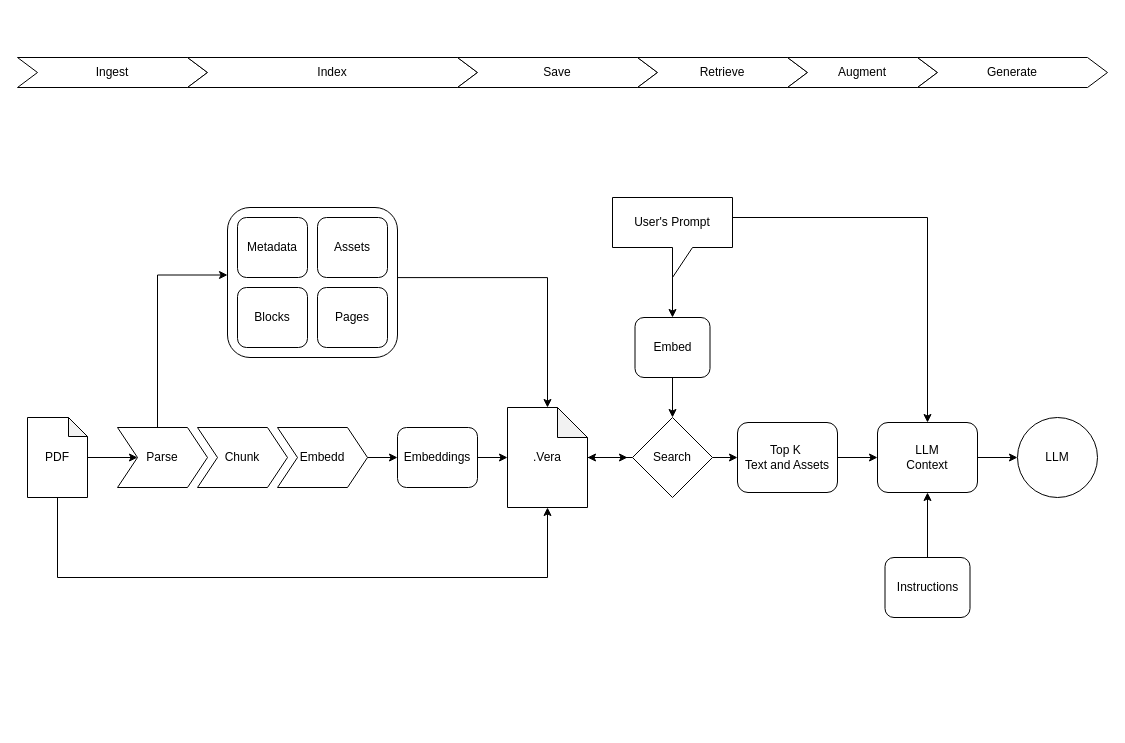
This is vera.drawio from dkylewillis/vera, a draw.io file, before an edit. Source tidied: cells renumbered, new cells numbered last; positions are measured from the earlier drawing's top-left corner, leaving out a move shared by most shapes. Both pictures are drawn from the tidied source at 100%, with x=0, y=0 at pixel (17, 57).
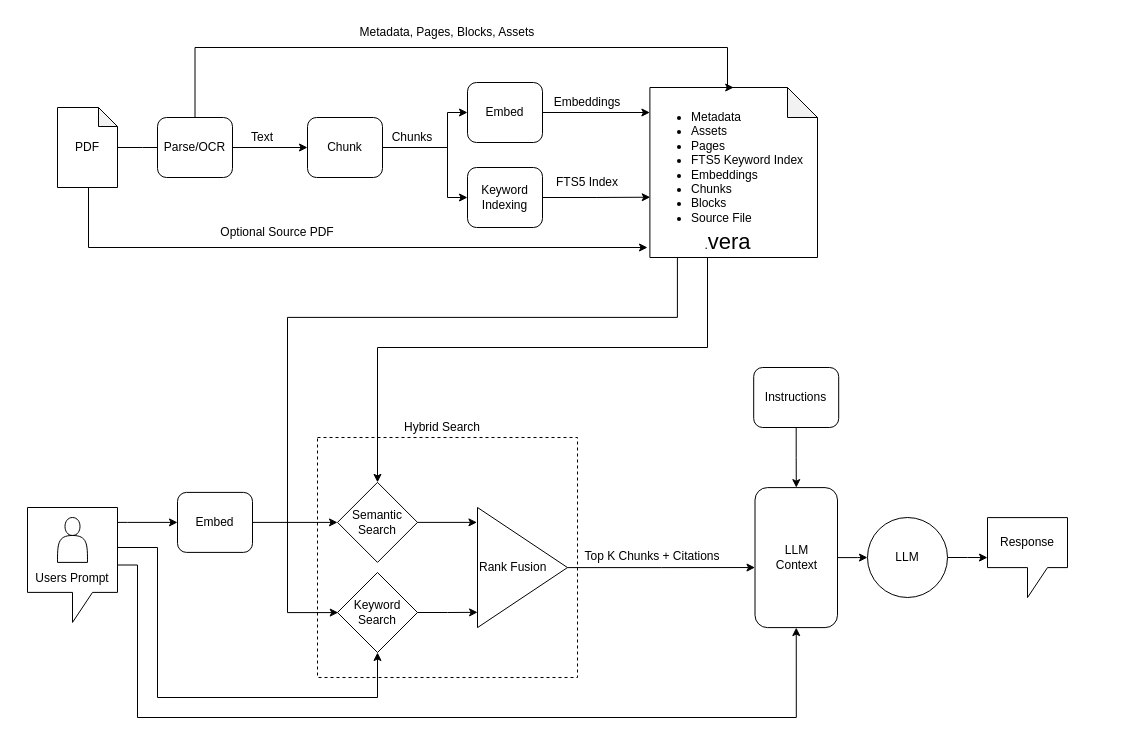
After the change.

What changed in the source:
```diff
@@
-    <mxCell id="2" style="edgeStyle=orthogonalEdgeStyle;rounded=0;jettySize=auto;html=1;" parent="1" edge="1" source="3">
-      <mxGeometry relative="1" as="geometry">
-        <mxPoint x="610" y="400" as="targetPoint" />
-      </mxGeometry>
-    </mxCell>
-    <mxCell id="3" value=".Vera" style="shape=note;whiteSpace=wrap;html=1;backgroundOutline=1;darkOpacity=0.05;strokeColor=light-dark(#000000,#FFCC99);" parent="1" vertex="1">
-      <mxGeometry x="490" y="350" width="80" height="100" as="geometry" />
-    </mxCell>
+    <mxCell id="41" style="edgeStyle=orthogonalEdgeStyle;rounded=0;jettySize=auto;html=1;exitX=0.553;exitY=0.98;exitDx=0;exitDy=0;exitPerimeter=0;" parent="1" edge="1" source="4">
+      <mxGeometry relative="1" as="geometry">
+        <mxPoint x="630" y="190" as="targetPoint" />
+        <Array as="points">
+          <mxPoint x="71" y="128.4" />
+          <mxPoint x="71" y="190" />
+        </Array>
+      </mxGeometry>
+    </mxCell>
     <mxCell id="4" value="PDF" style="shape=note;whiteSpace=wrap;html=1;backgroundOutline=1;darkOpacity=0.05;size=19;" parent="1" vertex="1">
-      <mxGeometry x="10" y="360" width="60" height="80" as="geometry" />
+      <mxGeometry x="40" y="50" width="60" height="80" as="geometry" />
     </mxCell>
-    <mxCell id="5" style="rounded=1;whiteSpace=wrap;html=1;" parent="1" vertex="1">
-      <mxGeometry x="210" y="150" width="170" height="150" as="geometry" />
-    </mxCell>
-    <mxCell id="6" value="Metadata" style="rounded=1;whiteSpace=wrap;html=1;" parent="1" vertex="1">
-      <mxGeometry x="220" y="160" width="70" height="60" as="geometry" />
-    </mxCell>
-    <mxCell id="7" value="Assets" style="rounded=1;whiteSpace=wrap;html=1;" parent="1" vertex="1">
-      <mxGeometry x="300" y="160" width="70" height="60" as="geometry" />
-    </mxCell>
-    <mxCell id="8" value="Blocks" style="rounded=1;whiteSpace=wrap;html=1;" parent="1" vertex="1">
-      <mxGeometry x="220" y="230" width="70" height="60" as="geometry" />
-    </mxCell>
-    <mxCell id="9" value="Pages" style="rounded=1;whiteSpace=wrap;html=1;" parent="1" vertex="1">
-      <mxGeometry x="300" y="230" width="70" height="60" as="geometry" />
-    </mxCell>
-    <mxCell id="10" style="edgeStyle=orthogonalEdgeStyle;rounded=0;jettySize=auto;html=1;entryX=0.5;entryY=0;entryDx=0;entryDy=0;entryPerimeter=0;" parent="1" edge="1" source="5" target="3">
-      <mxGeometry relative="1" as="geometry">
-        <Array as="points">
-          <mxPoint x="530" y="220.1" />
-        </Array>
-      </mxGeometry>
-    </mxCell>
-    <mxCell id="11" style="edgeStyle=orthogonalEdgeStyle;rounded=0;jettySize=auto;html=1;entryX=0.5;entryY=1;entryDx=0;entryDy=0;entryPerimeter=0;" parent="1" edge="1" source="4" target="3">
-      <mxGeometry relative="1" as="geometry">
-        <Array as="points">
-          <mxPoint x="40" y="520" />
-          <mxPoint x="530" y="520" />
-        </Array>
-      </mxGeometry>
-    </mxCell>
+    <mxCell id="13" style="edgeStyle=orthogonalEdgeStyle;rounded=0;jettySize=auto;html=1;entryX=0;entryY=0.5;entryDx=0;entryDy=0;" parent="1" edge="1" source="14" target="35">
+      <mxGeometry relative="1" as="geometry">
+        <Array as="points">
+          <mxPoint x="110" y="464.9" />
+          <mxPoint x="110" y="464.9" />
+        </Array>
+      </mxGeometry>
+    </mxCell>
+    <mxCell id="42" style="edgeStyle=orthogonalEdgeStyle;rounded=0;jettySize=auto;html=1;entryX=0.5;entryY=1;entryDx=0;entryDy=0;" parent="1" edge="1" source="14" target="62">
+      <mxGeometry relative="1" as="geometry">
+        <Array as="points">
+          <mxPoint x="140" y="490" />
+          <mxPoint x="140" y="640" />
+          <mxPoint x="360" y="640" />
+        </Array>
+      </mxGeometry>
+    </mxCell>
-    <mxCell id="12" style="edgeStyle=orthogonalEdgeStyle;rounded=0;jettySize=auto;html=1;entryX=0.5;entryY=0;entryDx=0;entryDy=0;" parent="1" edge="1" source="14" target="16">
+    <mxCell id="12" style="edgeStyle=orthogonalEdgeStyle;rounded=0;jettySize=auto;html=1;entryX=0.5;entryY=1;entryDx=0;entryDy=0;" parent="1" edge="1" source="14" target="16">
       <mxGeometry relative="1" as="geometry">
         <Array as="points">
-          <mxPoint x="910" y="160" />
+          <mxPoint x="120" y="507.4" />
+          <mxPoint x="120" y="660" />
+          <mxPoint x="778.8" y="660" />
         </Array>
       </mxGeometry>
     </mxCell>
-    <mxCell id="13" style="edgeStyle=orthogonalEdgeStyle;rounded=0;jettySize=auto;html=1;" parent="1" edge="1" source="14" target="35">
-      <mxGeometry relative="1" as="geometry" />
-    </mxCell>
-    <mxCell id="14" value="User's Prompt" style="shape=callout;whiteSpace=wrap;html=1;perimeter=calloutPerimeter;" parent="1" vertex="1">
-      <mxGeometry x="595" y="140" width="120" height="80" as="geometry" />
+    <mxCell id="14" value="&lt;br&gt;&lt;div&gt;&lt;br&gt;&lt;/div&gt;&lt;div&gt;&lt;br&gt;&lt;/div&gt;&lt;div&gt;&lt;br&gt;&lt;/div&gt;&lt;div&gt;&lt;span style=&quot;background-color: transparent; color: light-dark(rgb(0, 0, 0), rgb(255, 255, 255));&quot;&gt;Users Prompt&lt;/span&gt;&lt;/div&gt;" style="shape=callout;whiteSpace=wrap;html=1;perimeter=calloutPerimeter;" parent="1" vertex="1">
+      <mxGeometry x="10" y="450" width="90" height="114.9" as="geometry" />
     </mxCell>
@@
     <mxCell id="16" value="LLM&lt;div&gt;Context&lt;/div&gt;" style="rounded=1;whiteSpace=wrap;html=1;" parent="1" vertex="1">
-      <mxGeometry x="860" y="365" width="100" height="70" as="geometry" />
+      <mxGeometry x="737.5" y="430.1" width="82.5" height="140" as="geometry" />
     </mxCell>
@@
     <mxCell id="18" value="Instructions" style="rounded=1;whiteSpace=wrap;html=1;" parent="1" vertex="1">
-      <mxGeometry x="867.5" y="500" width="85" height="60" as="geometry" />
+      <mxGeometry x="736.2" y="310" width="85" height="60" as="geometry" />
     </mxCell>
-    <mxCell id="19" value="Chunk" style="shape=step;perimeter=stepPerimeter;whiteSpace=wrap;html=1;shapeInside=1;fixedSize=1;" parent="1" vertex="1">
-      <mxGeometry x="180" y="370" width="90" height="60" as="geometry" />
-    </mxCell>
-    <mxCell id="20" style="edgeStyle=orthogonalEdgeStyle;rounded=0;jettySize=auto;html=1;" parent="1" edge="1" source="21" target="37">
-      <mxGeometry relative="1" as="geometry" />
-    </mxCell>
-    <mxCell id="21" value="Embedd" style="shape=step;perimeter=stepPerimeter;whiteSpace=wrap;html=1;shapeInside=1;fixedSize=1;" parent="1" vertex="1">
-      <mxGeometry x="260" y="370" width="90" height="60" as="geometry" />
-    </mxCell>
-    <mxCell id="22" style="edgeStyle=orthogonalEdgeStyle;rounded=0;jettySize=auto;html=1;entryX=0;entryY=0.5;entryDx=0;entryDy=0;" parent="1" edge="1" source="4" target="24">
-      <mxGeometry relative="1" as="geometry" />
+    <mxCell id="22" style="edgeStyle=orthogonalEdgeStyle;rounded=0;jettySize=auto;html=1;entryX=0;entryY=0.5;entryDx=0;entryDy=0;" parent="1" edge="1" source="4">
+      <mxGeometry relative="1" as="geometry">
+        <mxPoint x="150" y="90" as="targetPoint" />
+      </mxGeometry>
     </mxCell>
-    <mxCell id="23" style="edgeStyle=orthogonalEdgeStyle;rounded=0;jettySize=auto;html=1;" parent="1" edge="1" target="5">
-      <mxGeometry relative="1" as="geometry">
-        <mxPoint x="110" y="370" as="sourcePoint" />
-        <Array as="points">
-          <mxPoint x="140" y="370" />
-          <mxPoint x="140" y="217.5" />
-        </Array>
-      </mxGeometry>
-    </mxCell>
-    <mxCell id="24" value="Parse" style="shape=step;perimeter=stepPerimeter;whiteSpace=wrap;html=1;shapeInside=1;fixedSize=1;" parent="1" vertex="1">
-      <mxGeometry x="100" y="370" width="90" height="60" as="geometry" />
-    </mxCell>
-    <mxCell id="25" value="Ingest" style="shape=step;perimeter=stepPerimeter;whiteSpace=wrap;html=1;shapeInside=1;fixedSize=1;" parent="1" vertex="1">
-      <mxGeometry width="190" height="30" as="geometry" />
-    </mxCell>
-    <mxCell id="26" value="Index" style="shape=step;perimeter=stepPerimeter;whiteSpace=wrap;html=1;shapeInside=1;fixedSize=1;" parent="1" vertex="1">
-      <mxGeometry x="170" width="290" height="30" as="geometry" />
-    </mxCell>
-    <mxCell id="27" value="Save" style="shape=step;perimeter=stepPerimeter;whiteSpace=wrap;html=1;shapeInside=1;fixedSize=1;" parent="1" vertex="1">
-      <mxGeometry x="440" width="200" height="30" as="geometry" />
-    </mxCell>
-    <mxCell id="28" value="Retrieve" style="shape=step;perimeter=stepPerimeter;whiteSpace=wrap;html=1;shapeInside=1;fixedSize=1;" parent="1" vertex="1">
-      <mxGeometry x="620" width="170" height="30" as="geometry" />
-    </mxCell>
-    <mxCell id="29" value="Augment" style="shape=step;perimeter=stepPerimeter;whiteSpace=wrap;html=1;shapeInside=1;fixedSize=1;" parent="1" vertex="1">
-      <mxGeometry x="770" width="150" height="30" as="geometry" />
-    </mxCell>
-    <mxCell id="30" value="Generate" style="shape=step;perimeter=stepPerimeter;whiteSpace=wrap;html=1;shapeInside=1;fixedSize=1;" parent="1" vertex="1">
-      <mxGeometry x="900" width="190" height="30" as="geometry" />
-    </mxCell>
-    <mxCell id="31" style="edgeStyle=orthogonalEdgeStyle;rounded=0;jettySize=auto;html=1;" parent="1" edge="1" source="33" target="3">
-      <mxGeometry relative="1" as="geometry" />
-    </mxCell>
-    <mxCell id="32" style="edgeStyle=orthogonalEdgeStyle;rounded=0;jettySize=auto;html=1;" parent="1" edge="1" source="33" target="39">
-      <mxGeometry relative="1" as="geometry" />
-    </mxCell>
-    <mxCell id="33" value="Search" style="rhombus;whiteSpace=wrap;html=1;shapeInside=1;" parent="1" vertex="1">
-      <mxGeometry x="615" y="360" width="80" height="80" as="geometry" />
+    <mxCell id="33" value="Semantic Search" style="rhombus;whiteSpace=wrap;html=1;shapeInside=1;" parent="1" vertex="1">
+      <mxGeometry x="320" y="424.9" width="80" height="80" as="geometry" />
     </mxCell>
@@
     <mxCell id="35" value="Embed" style="rounded=1;whiteSpace=wrap;html=1;" parent="1" vertex="1">
-      <mxGeometry x="617.5" y="260" width="75" height="60" as="geometry" />
+      <mxGeometry x="160" y="434.9" width="75" height="60" as="geometry" />
     </mxCell>
-    <mxCell id="36" style="edgeStyle=orthogonalEdgeStyle;rounded=0;jettySize=auto;html=1;" parent="1" edge="1" source="37" target="3">
-      <mxGeometry relative="1" as="geometry" />
-    </mxCell>
+    <mxCell id="43" style="edgeStyle=orthogonalEdgeStyle;rounded=0;jettySize=auto;html=1;" parent="1" edge="1" source="40" target="67">
+      <mxGeometry relative="1" as="geometry" />
+    </mxCell>
+    <mxCell id="40" value="LLM" style="ellipse;whiteSpace=wrap;html=1;shapeInside=1;" parent="1" vertex="1">
+      <mxGeometry x="850" y="460" width="80" height="80" as="geometry" />
+    </mxCell>
+    <mxCell id="44" style="edgeStyle=orthogonalEdgeStyle;rounded=0;jettySize=auto;html=1;" parent="1" edge="1" source="45" target="19">
+      <mxGeometry relative="1" as="geometry" />
+    </mxCell>
+    <mxCell id="45" value="Parse/OCR" style="rounded=1;whiteSpace=wrap;html=1;" parent="1" vertex="1">
+      <mxGeometry x="140" y="60" width="75" height="60" as="geometry" />
+    </mxCell>
+    <mxCell id="46" style="edgeStyle=orthogonalEdgeStyle;rounded=0;jettySize=auto;html=1;" parent="1" edge="1" source="19" target="50">
+      <mxGeometry relative="1" as="geometry">
+        <Array as="points">
+          <mxPoint x="430" y="90" />
+          <mxPoint x="430" y="55" />
+        </Array>
+      </mxGeometry>
+    </mxCell>
+    <mxCell id="47" style="edgeStyle=orthogonalEdgeStyle;rounded=0;jettySize=auto;html=1;entryX=0;entryY=0.5;entryDx=0;entryDy=0;" parent="1" edge="1" source="19" target="60">
+      <mxGeometry relative="1" as="geometry">
+        <Array as="points">
+          <mxPoint x="430" y="90" />
+          <mxPoint x="430" y="140" />
+        </Array>
+      </mxGeometry>
+    </mxCell>
+    <mxCell id="19" value="Chunk" style="rounded=1;whiteSpace=wrap;html=1;" parent="1" vertex="1">
+      <mxGeometry x="290" y="60" width="75" height="60" as="geometry" />
+    </mxCell>
+    <mxCell id="48" value="Text" style="text;html=1;whiteSpace=wrap;strokeColor=none;fillColor=none;align=center;verticalAlign=middle;rounded=0;" parent="1" vertex="1">
+      <mxGeometry x="215" y="65" width="60" height="30" as="geometry" />
+    </mxCell>
+    <mxCell id="49" style="edgeStyle=orthogonalEdgeStyle;rounded=0;jettySize=auto;html=1;" parent="1" edge="1" source="50" target="54">
+      <mxGeometry relative="1" as="geometry">
+        <Array as="points">
+          <mxPoint x="690" y="60" />
+          <mxPoint x="690" y="60" />
+        </Array>
+      </mxGeometry>
+    </mxCell>
+    <mxCell id="50" value="Embed" style="rounded=1;whiteSpace=wrap;html=1;" parent="1" vertex="1">
+      <mxGeometry x="450" y="25" width="75" height="60" as="geometry" />
+    </mxCell>
+    <mxCell id="51" value="Chunks" style="text;html=1;whiteSpace=wrap;strokeColor=none;fillColor=none;align=center;verticalAlign=middle;rounded=0;" parent="1" vertex="1">
+      <mxGeometry x="365" y="65" width="60" height="30" as="geometry" />
+    </mxCell>
-    <mxCell id="37" value="Embeddings" style="rounded=1;whiteSpace=wrap;html=1;" parent="1" vertex="1">
-      <mxGeometry x="380" y="370" width="80" height="60" as="geometry" />
+    <mxCell id="37" value="Embeddings" style="text;html=1;whiteSpace=wrap;strokeColor=none;fillColor=none;align=center;verticalAlign=middle;rounded=0;" parent="1" vertex="1">
+      <mxGeometry x="540" y="30" width="60" height="30" as="geometry" />
     </mxCell>
-    <mxCell id="38" style="edgeStyle=orthogonalEdgeStyle;rounded=0;jettySize=auto;html=1;" parent="1" edge="1" source="39" target="16">
-      <mxGeometry relative="1" as="geometry" />
-    </mxCell>
-    <mxCell id="39" value="Top K&amp;nbsp;&lt;div&gt;Text and Assets&lt;/div&gt;" style="rounded=1;whiteSpace=wrap;html=1;" parent="1" vertex="1">
-      <mxGeometry x="720" y="365" width="100" height="70" as="geometry" />
-    </mxCell>
-    <mxCell id="40" value="LLM" style="ellipse;whiteSpace=wrap;html=1;shapeInside=1;" parent="1" vertex="1">
-      <mxGeometry x="1000" y="360" width="80" height="80" as="geometry" />
-    </mxCell>
+    <mxCell id="52" style="group;" parent="1" vertex="1">
+      <mxGeometry x="610" y="10" width="205" height="190" as="geometry" />
+    </mxCell>
+    <mxCell id="53" style="group;" parent="52" vertex="1">
+      <mxGeometry y="10" width="190" height="180" as="geometry" />
+    </mxCell>
+    <mxCell id="3" style="shape=note;whiteSpace=wrap;html=1;backgroundOutline=1;darkOpacity=0.05;strokeColor=light-dark(#000000,#FFCC99);" parent="53" vertex="1">
+      <mxGeometry x="22.4" y="10" width="167.6" height="170" as="geometry" />
+    </mxCell>
+    <mxCell id="54" value="&lt;ul&gt;&lt;li&gt;Metadata&lt;/li&gt;&lt;li&gt;Assets&lt;/li&gt;&lt;li&gt;Pages&lt;/li&gt;&lt;li&gt;FTS5 Keyword Index&lt;/li&gt;&lt;li&gt;Embeddings&lt;/li&gt;&lt;li&gt;Chunks&lt;/li&gt;&lt;li&gt;Blocks&lt;/li&gt;&lt;li&gt;Source File&lt;/li&gt;&lt;/ul&gt;" style="text;html=1;whiteSpace=wrap;strokeColor=none;fillColor=none;align=left;verticalAlign=middle;rounded=0;" parent="53" vertex="1">
+      <mxGeometry x="22.4" y="22.5" width="167.6" height="135" as="geometry" />
+    </mxCell>
+    <mxCell id="55" value=".&lt;font style=&quot;font-size: 22px;&quot;&gt;vera&lt;/font&gt;" style="text;html=1;whiteSpace=wrap;strokeColor=none;fillColor=none;align=center;verticalAlign=middle;rounded=0;" parent="53" vertex="1">
+      <mxGeometry x="67.1" y="150" width="67.1" height="30" as="geometry" />
+    </mxCell>
+    <mxCell id="56" style="edgeStyle=orthogonalEdgeStyle;rounded=0;jettySize=auto;html=1;entryX=0.002;entryY=0.72;entryDx=0;entryDy=0;entryPerimeter=0;" parent="53" edge="1" source="60" target="54">
+      <mxGeometry relative="1" as="geometry" />
+    </mxCell>
+    <mxCell id="57" style="edgeStyle=orthogonalEdgeStyle;rounded=0;jettySize=auto;html=1;entryX=0.5;entryY=0;entryDx=0;entryDy=0;entryPerimeter=0;" parent="1" edge="1" source="45" target="3">
+      <mxGeometry relative="1" as="geometry">
+        <Array as="points">
+          <mxPoint x="177.6" y="-10" />
+          <mxPoint x="710" y="-10" />
+        </Array>
+      </mxGeometry>
+    </mxCell>
+    <mxCell id="58" value="Metadata, Pages, Blocks, Assets" style="text;html=1;whiteSpace=wrap;strokeColor=none;fillColor=none;align=center;verticalAlign=middle;rounded=0;" parent="1" vertex="1">
+      <mxGeometry x="340" y="-40" width="180" height="30" as="geometry" />
+    </mxCell>
+    <mxCell id="59" value="Optional Source PDF" style="text;html=1;whiteSpace=wrap;strokeColor=none;fillColor=none;align=center;verticalAlign=middle;rounded=0;" parent="1" vertex="1">
+      <mxGeometry x="180" y="160" width="160" height="30" as="geometry" />
+    </mxCell>
+    <mxCell id="60" value="Keyword Indexing" style="rounded=1;whiteSpace=wrap;html=1;" parent="1" vertex="1">
+      <mxGeometry x="450" y="110" width="75" height="60" as="geometry" />
+    </mxCell>
+    <mxCell id="61" value="FTS5 Index" style="text;html=1;whiteSpace=wrap;strokeColor=none;fillColor=none;align=center;verticalAlign=middle;rounded=0;" parent="1" vertex="1">
+      <mxGeometry x="535" y="110" width="70" height="30" as="geometry" />
+    </mxCell>
+    <mxCell id="62" value="Keyword Search" style="rhombus;whiteSpace=wrap;html=1;shapeInside=1;" parent="1" vertex="1">
+      <mxGeometry x="320" y="515" width="80" height="80" as="geometry" />
+    </mxCell>
+    <mxCell id="63" style="edgeStyle=orthogonalEdgeStyle;rounded=0;orthogonalLoop=1;jettySize=auto;html=1;innerLoopWaypoints=1;exitX=0.5;exitY=1;exitDx=0;exitDy=0;" parent="1" edge="1">
+      <mxGeometry relative="1" as="geometry">
+        <mxPoint x="615" y="405.1" as="sourcePoint" />
+        <mxPoint x="615" y="405.1" as="targetPoint" />
+      </mxGeometry>
+    </mxCell>
+    <mxCell id="64" style="edgeStyle=orthogonalEdgeStyle;rounded=0;jettySize=auto;html=1;entryX=0.5;entryY=0;entryDx=0;entryDy=0;" parent="1" edge="1" source="3" target="33">
+      <mxGeometry relative="1" as="geometry">
+        <Array as="points">
+          <mxPoint x="690" y="290" />
+          <mxPoint x="360" y="290" />
+        </Array>
+      </mxGeometry>
+    </mxCell>
+    <mxCell id="65" style="edgeStyle=orthogonalEdgeStyle;rounded=0;jettySize=auto;html=1;entryX=0.009;entryY=0.501;entryDx=0;entryDy=0;entryPerimeter=0;" parent="1" edge="1" source="3" target="62">
+      <mxGeometry relative="1" as="geometry">
+        <Array as="points">
+          <mxPoint x="659.9" y="259.9" />
+          <mxPoint x="270" y="259.9" />
+          <mxPoint x="270" y="555.1" />
+        </Array>
+      </mxGeometry>
+    </mxCell>
+    <mxCell id="66" value="Top K Chunks + Citations" style="text;html=1;whiteSpace=wrap;strokeColor=none;fillColor=none;align=center;verticalAlign=middle;rounded=0;" parent="1" vertex="1">
+      <mxGeometry x="560" y="483.7" width="150" height="30" as="geometry" />
+    </mxCell>
+    <mxCell id="67" value="Response" style="shape=callout;whiteSpace=wrap;html=1;perimeter=calloutPerimeter;" parent="1" vertex="1">
+      <mxGeometry x="970" y="460.1" width="80" height="80" as="geometry" />
+    </mxCell>
+    <mxCell id="68" style="shape=actor;whiteSpace=wrap;html=1;" parent="1" vertex="1">
+      <mxGeometry x="40" y="460" width="30" height="44.9" as="geometry" />
+    </mxCell>
+    <mxCell id="69" value="Rank Fusion" style="triangle;whiteSpace=wrap;html=1;shapeInside=1;align=left;" parent="1" vertex="1">
+      <mxGeometry x="460" y="450" width="90" height="120.1" as="geometry" />
+    </mxCell>
+    <mxCell id="70" style="edgeStyle=orthogonalEdgeStyle;rounded=0;jettySize=auto;html=1;entryX=0.001;entryY=0.873;entryDx=0;entryDy=0;entryPerimeter=0;" parent="1" edge="1" source="62" target="69">
+      <mxGeometry relative="1" as="geometry" />
+    </mxCell>
+    <mxCell id="71" style="edgeStyle=orthogonalEdgeStyle;rounded=0;jettySize=auto;html=1;entryX=0;entryY=0.571;entryDx=0;entryDy=0;entryPerimeter=0;" parent="1" edge="1" source="69" target="16">
+      <mxGeometry relative="1" as="geometry" />
+    </mxCell>
+    <mxCell id="72" style="edgeStyle=orthogonalEdgeStyle;rounded=0;jettySize=auto;html=1;entryX=-0.006;entryY=0.124;entryDx=0;entryDy=0;entryPerimeter=0;" parent="1" edge="1" source="33" target="69">
+      <mxGeometry relative="1" as="geometry" />
+    </mxCell>
+    <mxCell id="73" style="rounded=0;whiteSpace=wrap;html=1;dashed=1;fillColor=none;" parent="1" vertex="1">
+      <mxGeometry x="300" y="380" width="260" height="240" as="geometry" />
+    </mxCell>
+    <mxCell id="74" value="Hybrid Search" style="text;html=1;whiteSpace=wrap;strokeColor=none;fillColor=none;align=center;verticalAlign=middle;rounded=0;" parent="1" vertex="1">
+      <mxGeometry x="355" y="355" width="140" height="30" as="geometry" />
+    </mxCell>
```
